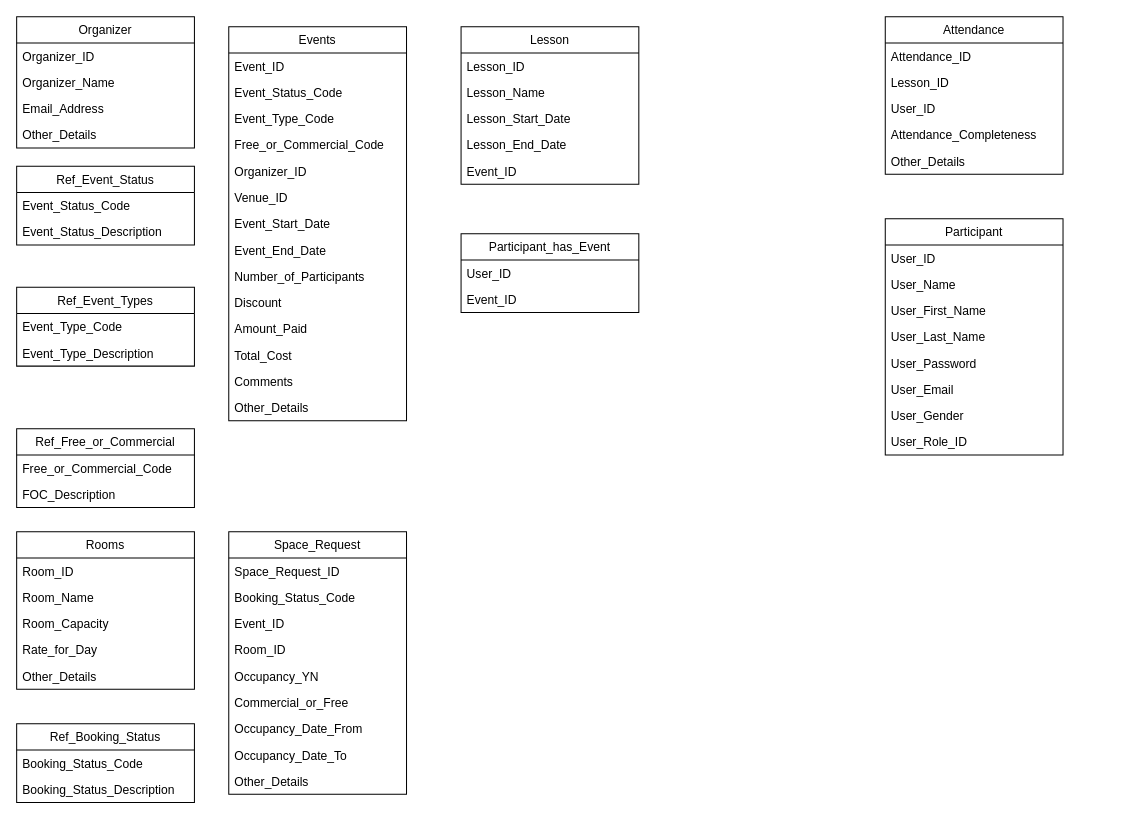
frostyseb/ITDP keeps this draw.io diagram as page "ERD" (2 of 4) of DellEvent.drawio. Above is the earlier version. Source tidied: cells renumbered, new cells numbered last; positions are measured from the earlier drawing's top-left corner, leaving out a move shared by most shapes. Both pictures are drawn from the tidied source at 101%, with x=0, y=0 at pixel (16, 16).
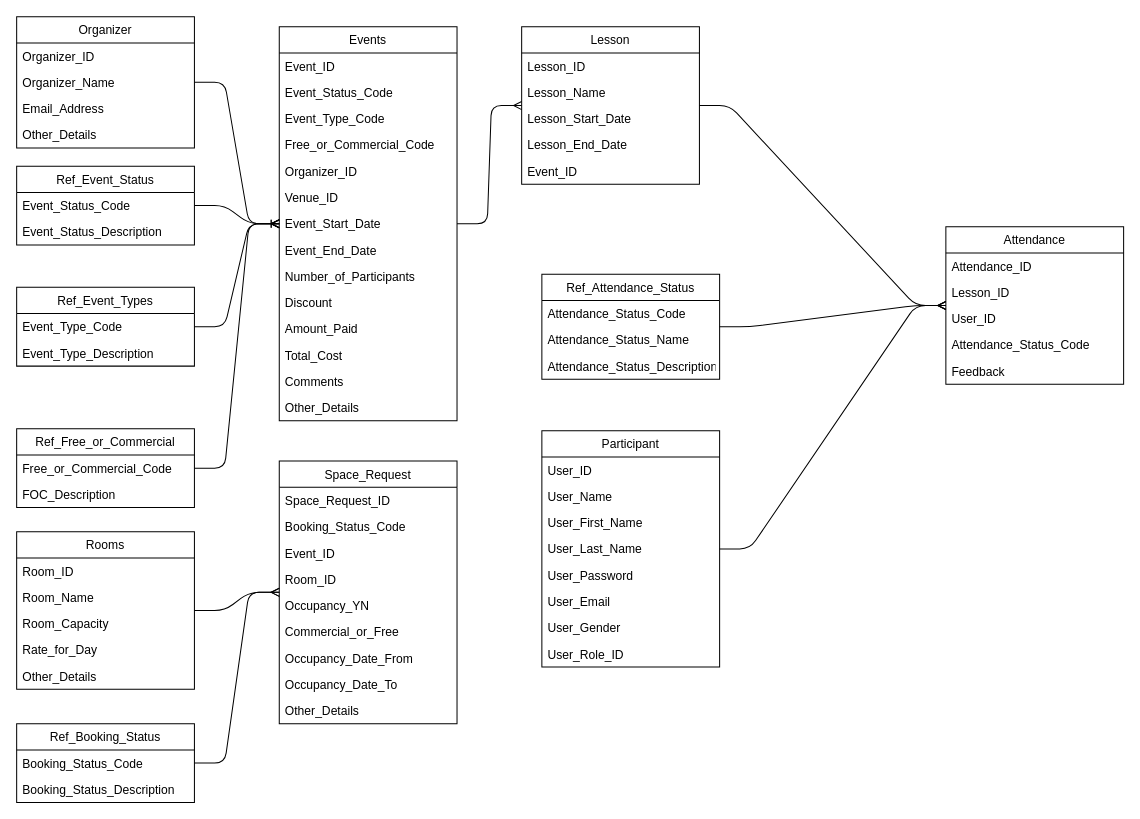
The same diagram, later.

Commit message (it also covers changes not shown here):
Added Relation, Removed Participant_has_Event class

Unchanged cells that the change refers to:
```xml
<mxCell id="9" value="Event_Start_Date" style="text;strokeColor=none;fillColor=none;align=left;verticalAlign=top;spacingLeft=4;spacingRight=4;overflow=hidden;points=[[0,0.5],[1,0.5]];portConstraint=eastwest;" parent="2" vertex="1">
  <mxGeometry y="182" width="176" height="26" as="geometry" />
</mxCell>
<mxCell id="17" value="Organizer" style="swimlane;fontStyle=0;horizontal=1;startSize=26;fillColor=none;" parent="1" vertex="1">
  <mxGeometry width="176" height="130" as="geometry" />
</mxCell>
<mxCell id="28" value="Ref_Event_Status" style="swimlane;fontStyle=0;horizontal=1;startSize=26;fillColor=none;" parent="1" vertex="1">
  <mxGeometry y="148" width="176" height="78" as="geometry" />
</mxCell>
<mxCell id="31" value="Ref_Event_Types" style="swimlane;fontStyle=0;horizontal=1;startSize=26;fillColor=none;" parent="1" vertex="1">
  <mxGeometry y="268" width="176" height="78" as="geometry" />
</mxCell>
<mxCell id="34" value="Ref_Free_or_Commercial" style="swimlane;fontStyle=0;horizontal=1;startSize=26;fillColor=none;" parent="1" vertex="1">
  <mxGeometry y="408" width="176" height="78" as="geometry" />
</mxCell>
<mxCell id="47" value="Rooms" style="swimlane;fontStyle=0;horizontal=1;startSize=26;fillColor=none;" parent="1" vertex="1">
  <mxGeometry y="510" width="176" height="156" as="geometry" />
</mxCell>
<mxCell id="53" value="Ref_Booking_Status" style="swimlane;fontStyle=0;horizontal=1;startSize=26;fillColor=none;" parent="1" vertex="1">
  <mxGeometry y="700" width="176" height="78" as="geometry" />
</mxCell>
```

What changed in the source:
```diff
@@
     <mxCell id="2" value="Events" style="swimlane;fontStyle=0;horizontal=1;startSize=26;fillColor=none;" parent="1" vertex="1">
-      <mxGeometry x="210" y="10" width="176" height="390" as="geometry" />
+      <mxGeometry x="260" y="10" width="176" height="390" as="geometry" />
     </mxCell>
@@
     <mxCell id="22" value="Attendance" style="swimlane;fontStyle=0;horizontal=1;startSize=26;fillColor=none;" parent="1" vertex="1">
-      <mxGeometry x="860" width="176" height="156" as="geometry" />
+      <mxGeometry x="920" y="208" width="176" height="156" as="geometry" />
     </mxCell>
@@
-    <mxCell id="26" value="Attendance_Completeness" style="text;strokeColor=none;fillColor=none;align=left;verticalAlign=top;spacingLeft=4;spacingRight=4;overflow=hidden;" parent="22" vertex="1">
+    <mxCell id="26" value="Attendance_Status_Code" style="text;strokeColor=none;fillColor=none;align=left;verticalAlign=top;spacingLeft=4;spacingRight=4;overflow=hidden;" parent="22" vertex="1">
       <mxGeometry y="104" width="176" height="26" as="geometry" />
     </mxCell>
-    <mxCell id="27" value="Other_Details" style="text;strokeColor=none;fillColor=none;align=left;verticalAlign=top;spacingLeft=4;spacingRight=4;overflow=hidden;" parent="22" vertex="1">
+    <mxCell id="27" value="Feedback" style="text;strokeColor=none;fillColor=none;align=left;verticalAlign=top;spacingLeft=4;spacingRight=4;overflow=hidden;" parent="22" vertex="1">
       <mxGeometry y="130" width="176" height="26" as="geometry" />
     </mxCell>
@@
     <mxCell id="37" value="Space_Request" style="swimlane;fontStyle=0;horizontal=1;startSize=26;fillColor=none;" parent="1" vertex="1">
-      <mxGeometry x="210" y="510" width="176" height="260" as="geometry" />
+      <mxGeometry x="260" y="440" width="176" height="260" as="geometry" />
     </mxCell>
@@
     <mxCell id="56" value="Participant" style="swimlane;fontStyle=0;horizontal=1;startSize=26;fillColor=none;" parent="1" vertex="1">
-      <mxGeometry x="860" y="200" width="176" height="234" as="geometry" />
+      <mxGeometry x="520" y="410" width="176" height="234" as="geometry" />
     </mxCell>
@@
     <mxCell id="65" value="Lesson" style="swimlane;fontStyle=0;horizontal=1;startSize=26;fillColor=none;" parent="1" vertex="1">
-      <mxGeometry x="440" y="10" width="176" height="156" as="geometry" />
+      <mxGeometry x="500" y="10" width="176" height="156" as="geometry" />
     </mxCell>
@@
-    <mxCell id="71" value="Participant_has_Event" style="swimlane;fontStyle=0;horizontal=1;startSize=26;fillColor=none;" parent="1" vertex="1">
-      <mxGeometry x="440" y="215" width="176" height="78" as="geometry" />
-    </mxCell>
-    <mxCell id="72" value="User_ID" style="text;strokeColor=none;fillColor=none;align=left;verticalAlign=top;spacingLeft=4;spacingRight=4;overflow=hidden;" parent="71" vertex="1">
-      <mxGeometry y="26" width="176" height="26" as="geometry" />
-    </mxCell>
-    <mxCell id="73" value="Event_ID" style="text;strokeColor=none;fillColor=none;align=left;verticalAlign=top;spacingLeft=4;spacingRight=4;overflow=hidden;" parent="71" vertex="1">
-      <mxGeometry y="52" width="176" height="26" as="geometry" />
-    </mxCell>
+    <mxCell id="74" value="Ref_Attendance_Status" style="swimlane;fontStyle=0;horizontal=1;startSize=26;fillColor=none;" parent="1" vertex="1">
+      <mxGeometry x="520" y="255" width="176" height="104" as="geometry" />
+    </mxCell>
+    <mxCell id="75" value="Attendance_Status_Code" style="text;strokeColor=none;fillColor=none;align=left;verticalAlign=top;spacingLeft=4;spacingRight=4;overflow=hidden;" parent="74" vertex="1">
+      <mxGeometry y="26" width="176" height="26" as="geometry" />
+    </mxCell>
+    <mxCell id="76" value="Attendance_Status_Name" style="text;strokeColor=none;fillColor=none;align=left;verticalAlign=top;spacingLeft=4;spacingRight=4;overflow=hidden;" parent="74" vertex="1">
+      <mxGeometry y="52" width="176" height="26" as="geometry" />
+    </mxCell>
+    <mxCell id="77" value="Attendance_Status_Description" style="text;strokeColor=none;fillColor=none;align=left;verticalAlign=top;spacingLeft=4;spacingRight=4;overflow=hidden;" parent="74" vertex="1">
+      <mxGeometry y="78" width="176" height="26" as="geometry" />
+    </mxCell>
+    <mxCell id="78" style="edgeStyle=entityRelationEdgeStyle;fontSize=12;html=1;endArrow=ERoneToMany;" parent="1" edge="1" source="17" target="2">
+      <mxGeometry relative="1" as="geometry" />
+    </mxCell>
+    <mxCell id="79" style="edgeStyle=entityRelationEdgeStyle;fontSize=12;html=1;endArrow=ERoneToMany;" parent="1" edge="1" source="28" target="2">
+      <mxGeometry relative="1" as="geometry" />
+    </mxCell>
+    <mxCell id="80" style="edgeStyle=entityRelationEdgeStyle;fontSize=12;html=1;endArrow=ERmany;" parent="1" edge="1" source="2" target="65">
+      <mxGeometry relative="1" as="geometry" />
+    </mxCell>
+    <mxCell id="81" style="edgeStyle=entityRelationEdgeStyle;fontSize=12;html=1;endArrow=ERmany;" parent="1" edge="1" source="31" target="2">
+      <mxGeometry relative="1" as="geometry" />
+    </mxCell>
+    <mxCell id="82" style="edgeStyle=entityRelationEdgeStyle;fontSize=12;html=1;endArrow=ERmany;entryX=0;entryY=0.5;entryDx=0;entryDy=0;" parent="1" edge="1" source="34" target="9">
+      <mxGeometry relative="1" as="geometry" />
+    </mxCell>
+    <mxCell id="83" style="edgeStyle=entityRelationEdgeStyle;fontSize=12;html=1;endArrow=ERmany;" parent="1" edge="1" source="47" target="37">
+      <mxGeometry relative="1" as="geometry" />
+    </mxCell>
+    <mxCell id="84" style="edgeStyle=entityRelationEdgeStyle;fontSize=12;html=1;endArrow=ERmany;" parent="1" edge="1" source="53" target="37">
+      <mxGeometry relative="1" as="geometry" />
+    </mxCell>
+    <mxCell id="85" style="edgeStyle=entityRelationEdgeStyle;fontSize=12;html=1;endArrow=ERmany;" parent="1" edge="1" source="65" target="22">
+      <mxGeometry relative="1" as="geometry" />
+    </mxCell>
+    <mxCell id="86" style="edgeStyle=entityRelationEdgeStyle;fontSize=12;html=1;endArrow=ERmany;" parent="1" edge="1" source="56" target="22">
+      <mxGeometry relative="1" as="geometry" />
+    </mxCell>
+    <mxCell id="87" style="edgeStyle=entityRelationEdgeStyle;fontSize=12;html=1;endArrow=ERmany;" parent="1" edge="1" source="74" target="22">
+      <mxGeometry relative="1" as="geometry" />
+    </mxCell>
```
